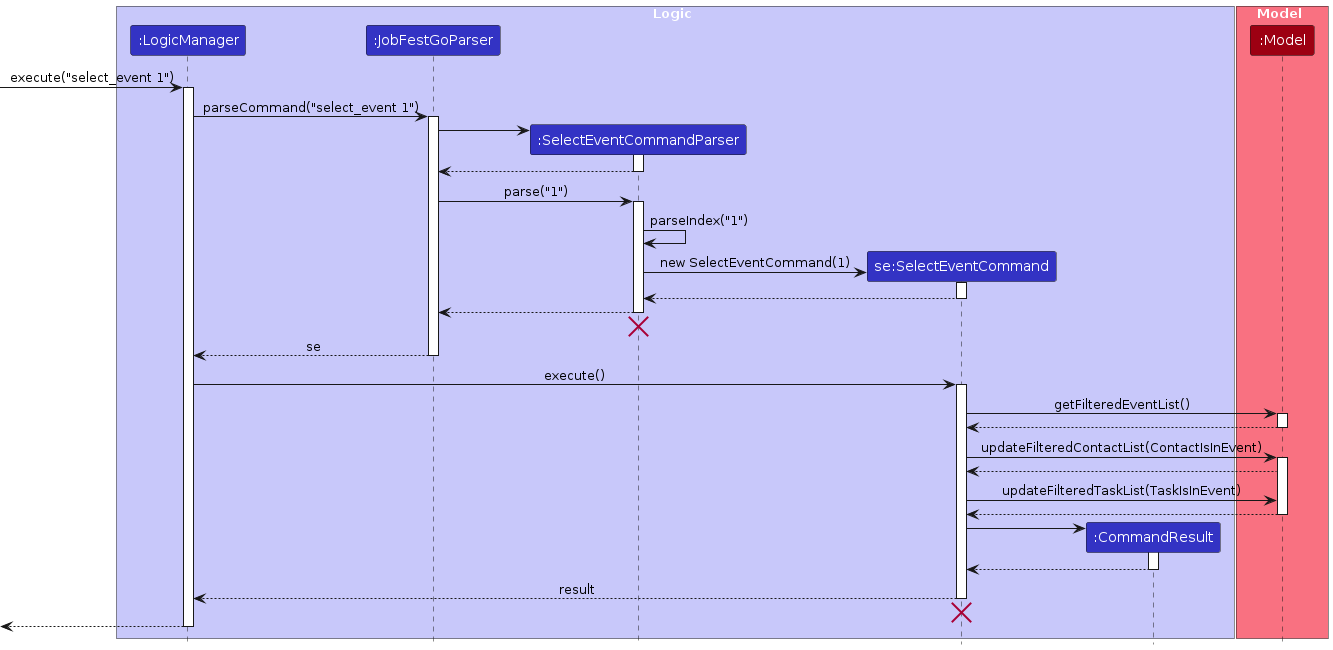
Earlier version of the PlantUML export diagrams/SelectEventSequenceDiagram.png (AY2324S1-CS2103T-T09-1/tp). Its source is kept beside it as diagrams/SelectEventSequenceDiagram.puml. Source of this version:
```plantuml
@startuml
!include style.puml
skinparam ArrowFontStyle plain

box Logic LOGIC_COLOR_T1
participant ":LogicManager" as LogicManager LOGIC_COLOR
participant ":JobFestGoParser" as JobFestGoParser LOGIC_COLOR
participant ":SelectEventCommandParser" as SelectEventCommandParser LOGIC_COLOR
participant "se:SelectEventCommand" as SelectEventCommand LOGIC_COLOR
participant ":CommandResult" as CommandResult LOGIC_COLOR
end box

box Model MODEL_COLOR_T1
participant ":Model" as Model MODEL_COLOR
end box
[-> LogicManager : execute("select_event 1")
activate LogicManager

LogicManager -> JobFestGoParser : parseCommand("select_event 1")
activate JobFestGoParser

create SelectEventCommandParser
JobFestGoParser -> SelectEventCommandParser
activate SelectEventCommandParser

SelectEventCommandParser --> JobFestGoParser
deactivate SelectEventCommandParser

JobFestGoParser -> SelectEventCommandParser : parse("1")
activate SelectEventCommandParser

SelectEventCommandParser -> SelectEventCommandParser : parseIndex("1")

create SelectEventCommand
SelectEventCommandParser -> SelectEventCommand : new SelectEventCommand(1)
activate SelectEventCommand

SelectEventCommand --> SelectEventCommandParser
deactivate SelectEventCommand

SelectEventCommandParser --> JobFestGoParser
deactivate SelectEventCommandParser
SelectEventCommandParser -[hidden]-> JobFestGoParser
destroy SelectEventCommandParser

JobFestGoParser --> LogicManager : se
deactivate JobFestGoParser

LogicManager -> SelectEventCommand : execute()
activate SelectEventCommand

SelectEventCommand -> Model : getFilteredEventList()
activate Model

Model --> SelectEventCommand
deactivate Model

SelectEventCommand -> Model : updateFilteredContactList(ContactIsInEvent)
activate Model

Model --> SelectEventCommand

SelectEventCommand -> Model: updateFilteredTaskList(TaskIsInEvent)


Model --> SelectEventCommand
deactivate Model

create CommandResult
SelectEventCommand -> CommandResult
activate CommandResult

CommandResult --> SelectEventCommand
deactivate CommandResult

SelectEventCommand --> LogicManager : result
deactivate SelectEventCommand
SelectEventCommand -[hidden]-> LogicManager
destroy SelectEventCommand

[<--LogicManager
deactivate LogicManager
@enduml
```
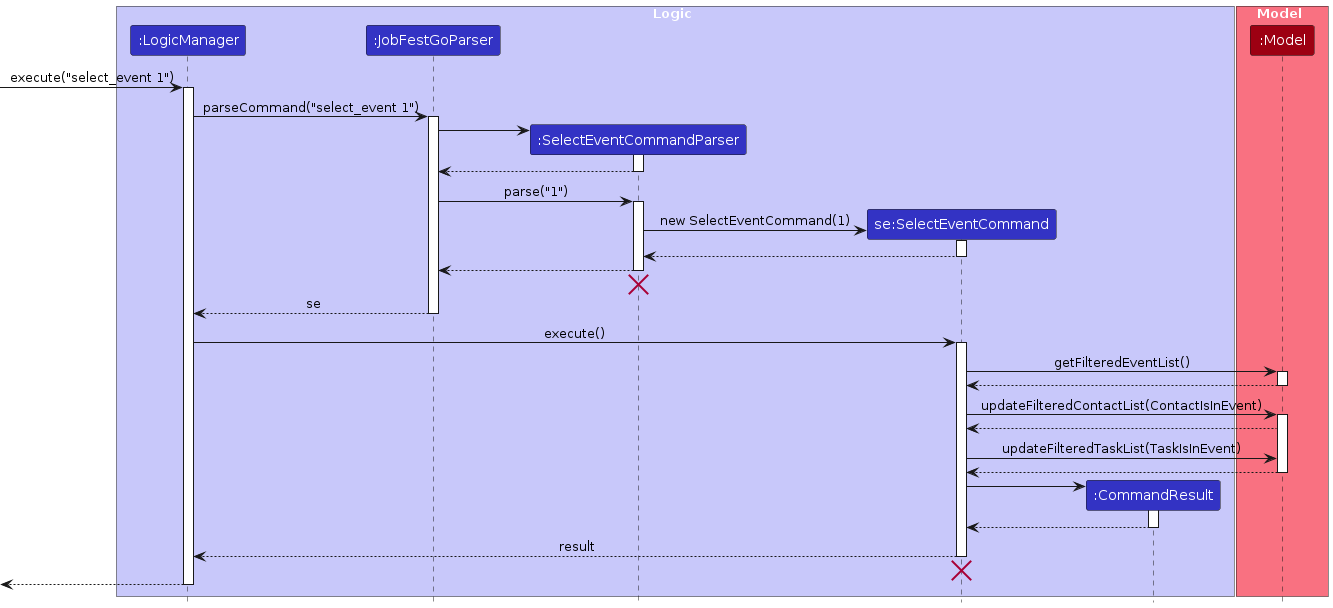
After the commit.

Change to the diagram source:
```diff
@@ -28,8 +28,6 @@
 
 JobFestGoParser -> SelectEventCommandParser : parse("1")
 activate SelectEventCommandParser
-
-SelectEventCommandParser -> SelectEventCommandParser : parseIndex("1")
 
 create SelectEventCommand
 SelectEventCommandParser -> SelectEventCommand : new SelectEventCommand(1)
```
